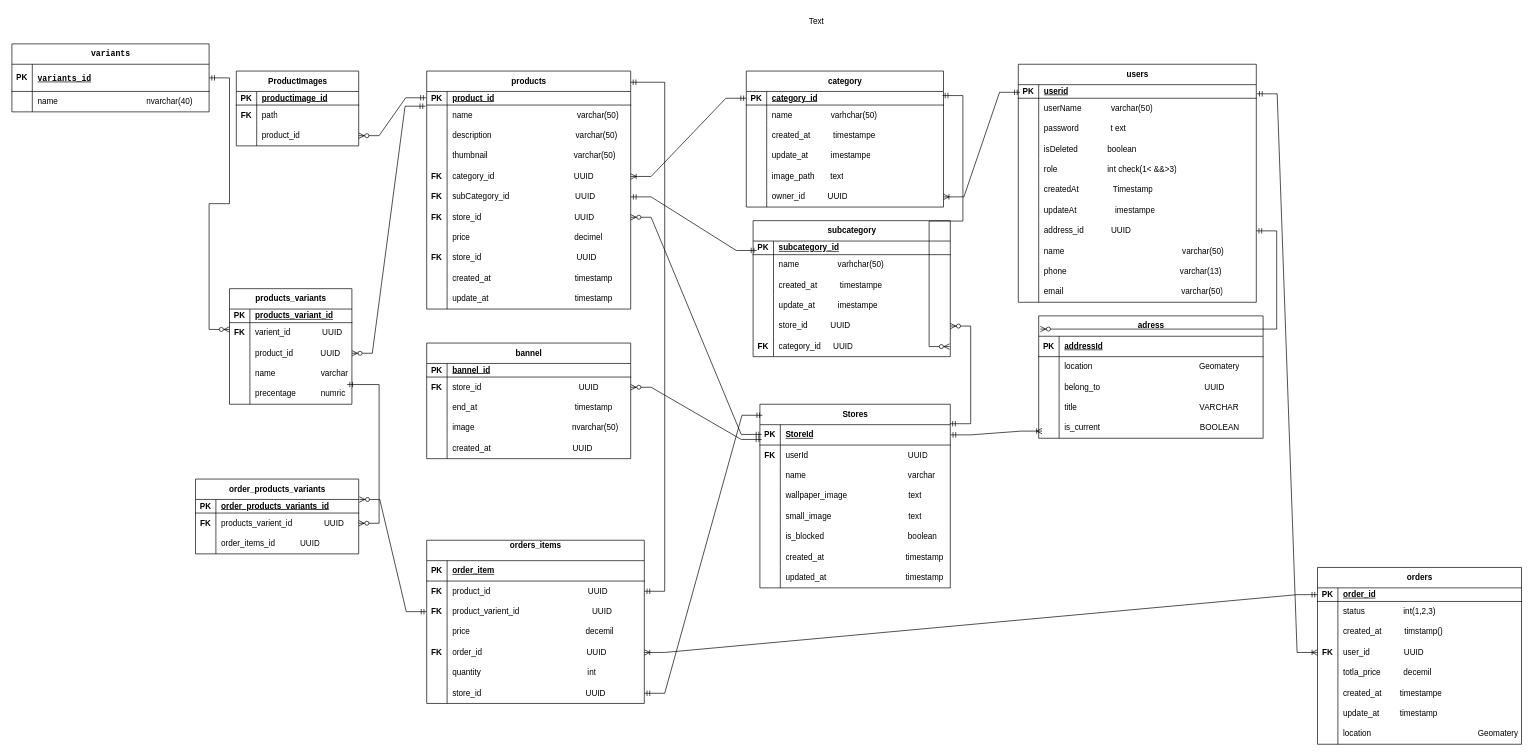
Abdullah2100/ecommerce_full_stack keeps this draw.io diagram as ecommerce.drawio. Above is the earlier version. Source tidied: cells renumbered, new cells numbered last; positions are measured from the earlier drawing's top-left corner, leaving out a move shared by most shapes. Both pictures are drawn from the tidied source at 68%, with x=0, y=0 at pixel (12, 12).
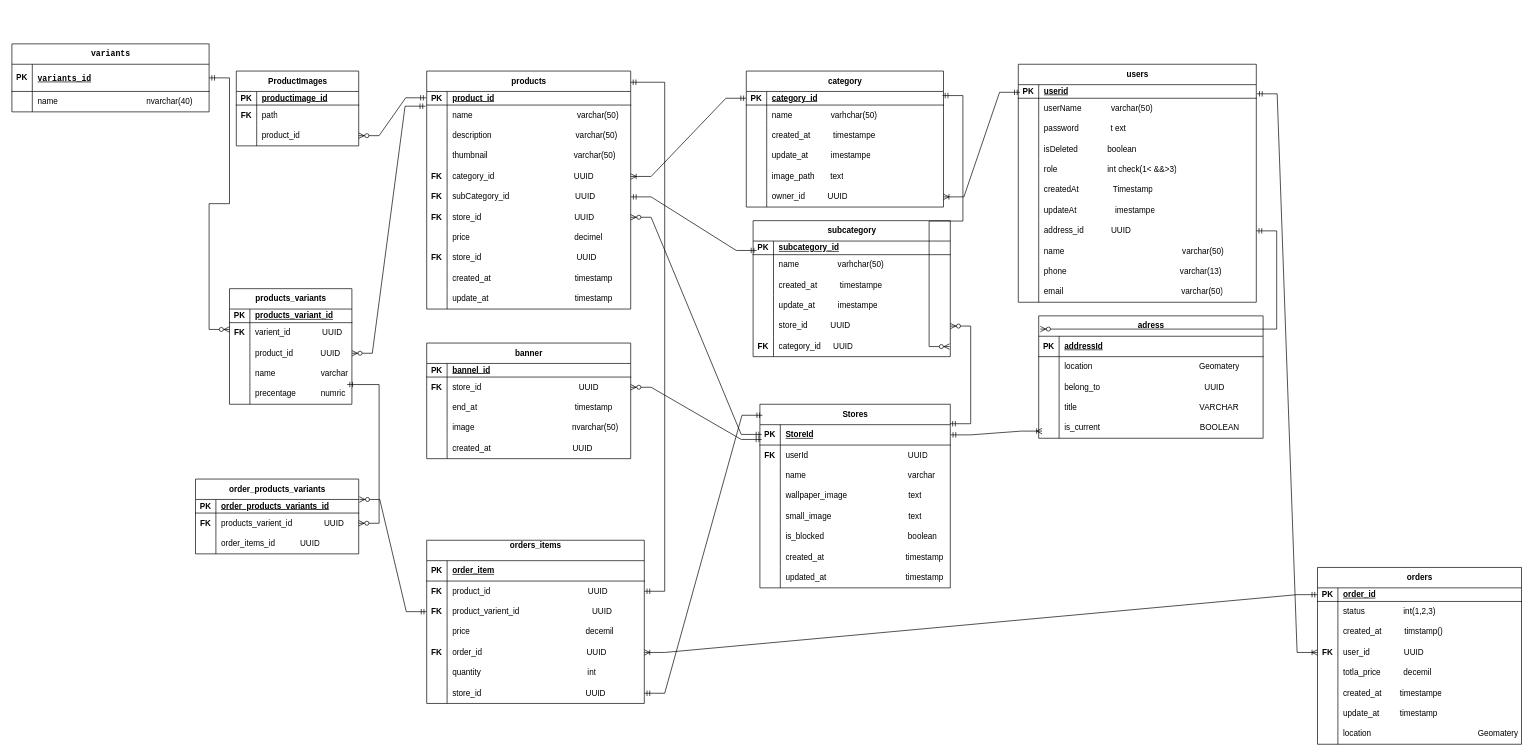
After the change.

What changed in the source:
```diff
@@
-    <mxCell id="140" value="bannel" style="shape=table;startSize=30;childLayout=tableLayout;rowLines=0;fontStyle=1;align=center;html=1;" parent="1" vertex="1">
+    <mxCell id="140" value="banner" style="shape=table;startSize=30;childLayout=tableLayout;rowLines=0;fontStyle=1;align=center;html=1;" parent="1" vertex="1">
       <mxGeometry x="610" y="487" width="300" height="170" as="geometry" />
     </mxCell>
@@
-    <mxCell id="247" value="Text" style="text;html=1;align=center;verticalAlign=middle;" parent="1" vertex="1">
-      <mxGeometry x="1158" width="50" height="30" as="geometry" />
-    </mxCell>
```
